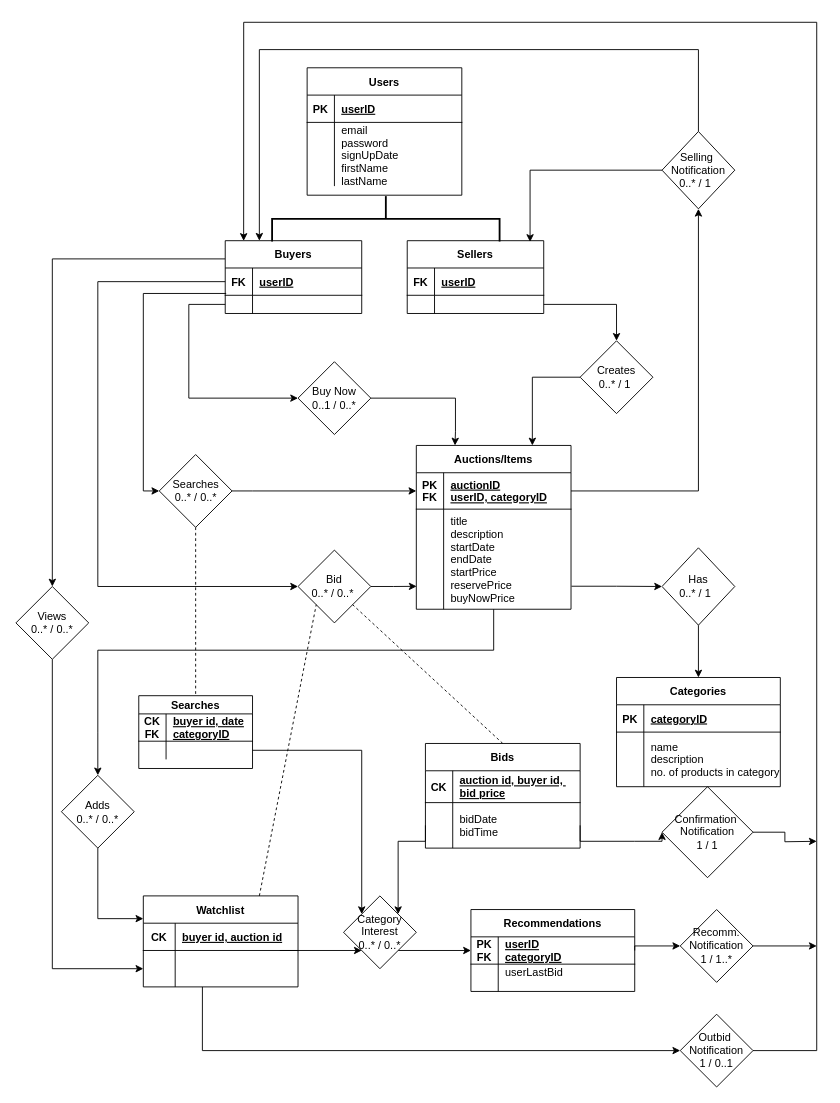
The draw.io diagram ER_diagram.drawio in shaundbs/databases-coursework, before the edit. Source tidied: cells renumbered, new cells numbered last; positions are measured from the earlier drawing's top-left corner, leaving out a move shared by most shapes. Both pictures are drawn from the tidied source at 91%, with x=0, y=0 at pixel (15, 22).
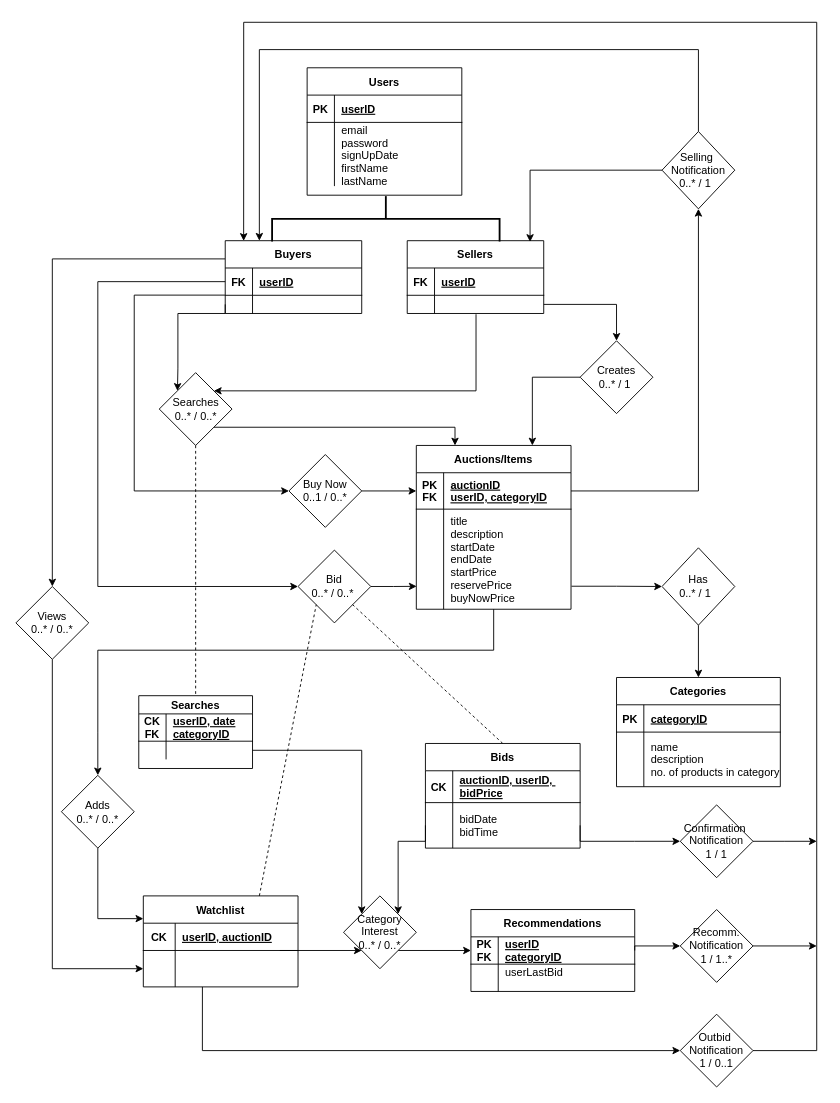
The same page after the edit.

Unchanged cells that the change refers to:
```xml
<mxCell id="4" style="shape=partialRectangle;fillColor=none;points=[[0,0.5],[1,0.5]];portConstraint=eastwest;top=0;left=0;right=0;bottom=1;" parent="3" vertex="1">
  <mxGeometry y="30" width="150" height="30" as="geometry" />
</mxCell>
<mxCell id="7" style="shape=partialRectangle;fillColor=none;points=[[0,0.5],[1,0.5]];portConstraint=eastwest;top=0;left=0;right=0;bottom=0;" parent="3" vertex="1">
  <mxGeometry y="60" width="150" height="20" as="geometry" />
</mxCell>
<mxCell id="14" style="shape=partialRectangle;fillColor=none;points=[[0,0.5],[1,0.5]];portConstraint=eastwest;top=0;left=0;right=0;bottom=0;" parent="10" vertex="1">
  <mxGeometry y="60" width="150" height="20" as="geometry" />
</mxCell>
<mxCell id="41" value="Auctions/Items" style="shape=table;startSize=30;childLayout=tableLayout;rowLines=0;fontStyle=1;align=center;" parent="1" vertex="1">
  <mxGeometry x="440" y="465" width="170" height="180" as="geometry" />
</mxCell>
<mxCell id="42" style="shape=partialRectangle;fillColor=none;points=[[0,0.5],[1,0.5]];portConstraint=eastwest;top=0;left=0;right=0;bottom=1;" parent="41" vertex="1">
  <mxGeometry y="30" width="170" height="40" as="geometry" />
</mxCell>
<mxCell id="70" style="shape=partialRectangle;fillColor=none;top=0;left=0;right=0;bottom=1;" parent="69" vertex="1">
  <mxGeometry y="20" width="125" height="30" as="geometry" />
</mxCell>
<mxCell id="77" style="shape=partialRectangle;fillColor=none;top=0;left=0;right=0;bottom=1;" parent="76" vertex="1">
  <mxGeometry y="30" width="170" height="30" as="geometry" />
</mxCell>
<mxCell id="91" style="shape=partialRectangle;fillColor=none;top=0;left=0;right=0;bottom=1;" parent="90" vertex="1">
  <mxGeometry y="30" width="170" height="35" as="geometry" />
</mxCell>
```

The edit, as a diff of the source:
```diff
@@
-    <mxCell id="28" style="edgeStyle=orthogonalEdgeStyle;rounded=0;jettySize=auto;html=1;exitX=1;exitY=0.5;exitDx=0;exitDy=0;entryX=0;entryY=0.5;entryDx=0;entryDy=0;" parent="1" edge="1" source="29" target="42">
+    <mxCell id="28" style="edgeStyle=orthogonalEdgeStyle;rounded=0;jettySize=auto;html=1;exitX=1;exitY=1;exitDx=0;exitDy=0;entryX=0.25;entryY=0;entryDx=0;entryDy=0;" parent="1" edge="1" source="29" target="41">
       <mxGeometry relative="1" as="geometry">
         <Array as="points">
-          <mxPoint x="260" y="515" />
+          <mxPoint x="483" y="445" />
         </Array>
       </mxGeometry>
     </mxCell>
     <mxCell id="29" value="Searches&lt;br&gt;0..* / 0..*" style="rhombus;whiteSpace=wrap;html=1;" parent="1" vertex="1">
-      <mxGeometry x="157.5" y="475" width="80" height="80" as="geometry" />
+      <mxGeometry x="157.5" y="385" width="80" height="80" as="geometry" />
     </mxCell>
-    <mxCell id="30" style="edgeStyle=orthogonalEdgeStyle;rounded=0;jettySize=auto;html=1;entryX=0;entryY=0.5;entryDx=0;entryDy=0;exitX=0.007;exitY=0.933;exitDx=0;exitDy=0;exitPerimeter=0;" parent="1" edge="1" source="4" target="29">
+    <mxCell id="30" style="edgeStyle=orthogonalEdgeStyle;rounded=0;jettySize=auto;html=1;entryX=0;entryY=0;entryDx=0;entryDy=0;" parent="1" edge="1" target="29">
       <mxGeometry relative="1" as="geometry">
+        <mxPoint x="230" y="310" as="sourcePoint" />
         <Array as="points">
-          <mxPoint x="140" y="298" />
-          <mxPoint x="140" y="515" />
+          <mxPoint x="230" y="320" />
+          <mxPoint x="178" y="320" />
+          <mxPoint x="178" y="380" />
         </Array>
       </mxGeometry>
     </mxCell>
@@
     <mxCell id="63" value="Confirmation&amp;nbsp;&lt;br&gt;Notification&lt;br&gt;1 / 1" style="rhombus;whiteSpace=wrap;html=1;" parent="1" vertex="1">
-      <mxGeometry x="710" y="840" width="100" height="100" as="geometry" />
+      <mxGeometry x="730" y="860" width="80" height="80" as="geometry" />
     </mxCell>
-    <mxCell id="64" style="edgeStyle=orthogonalEdgeStyle;rounded=0;jettySize=auto;html=1;exitX=1;exitY=0.5;exitDx=0;exitDy=0;entryX=0.25;entryY=0;entryDx=0;entryDy=0;" parent="1" edge="1" source="65" target="41">
+    <mxCell id="64" style="edgeStyle=orthogonalEdgeStyle;rounded=0;jettySize=auto;html=1;exitX=1;exitY=0.5;exitDx=0;exitDy=0;entryX=0;entryY=0.5;entryDx=0;entryDy=0;" parent="1" edge="1" source="65" target="42">
       <mxGeometry relative="1" as="geometry">
         <Array as="points">
-          <mxPoint x="483" y="413" />
-          <mxPoint x="483" y="450" />
-          <mxPoint x="483" y="450" />
+          <mxPoint x="380" y="515" />
         </Array>
       </mxGeometry>
     </mxCell>
     <mxCell id="65" value="Buy Now&lt;br&gt;0..1 / 0..*" style="rhombus;whiteSpace=wrap;html=1;" parent="1" vertex="1">
-      <mxGeometry x="310" y="373" width="80" height="80" as="geometry" />
+      <mxGeometry x="300" y="475" width="80" height="80" as="geometry" />
     </mxCell>
-    <mxCell id="66" style="edgeStyle=orthogonalEdgeStyle;rounded=0;jettySize=auto;html=1;exitX=0;exitY=0.5;exitDx=0;exitDy=0;entryX=0;entryY=0.5;entryDx=0;entryDy=0;" parent="1" edge="1" source="7" target="65">
+    <mxCell id="66" style="edgeStyle=orthogonalEdgeStyle;rounded=0;jettySize=auto;html=1;exitX=-0.003;exitY=-0.01;exitDx=0;exitDy=0;entryX=0;entryY=0.5;entryDx=0;entryDy=0;exitPerimeter=0;" parent="1" edge="1" source="7" target="65">
       <mxGeometry relative="1" as="geometry">
         <Array as="points">
-          <mxPoint x="190" y="310" />
-          <mxPoint x="190" y="413" />
+          <mxPoint x="130" y="300" />
+          <mxPoint x="130" y="515" />
         </Array>
       </mxGeometry>
     </mxCell>
@@
-    <mxCell id="72" value="buyer id, date&#10;categoryID" style="shape=partialRectangle;overflow=hidden;fillColor=none;top=0;left=0;bottom=0;right=0;align=left;spacingLeft=6;fontStyle=5;" parent="70" vertex="1">
+    <mxCell id="72" value="userID, date&#10;categoryID" style="shape=partialRectangle;overflow=hidden;fillColor=none;top=0;left=0;bottom=0;right=0;align=left;spacingLeft=6;fontStyle=5;" parent="70" vertex="1">
       <mxGeometry x="30" width="95" height="30" as="geometry" />
     </mxCell>
@@
-    <mxCell id="79" value="buyer id, auction id" style="shape=partialRectangle;overflow=hidden;fillColor=none;top=0;left=0;bottom=0;right=0;align=left;spacingLeft=6;fontStyle=5;" parent="77" vertex="1">
+    <mxCell id="79" value="userID, auctionID" style="shape=partialRectangle;overflow=hidden;fillColor=none;top=0;left=0;bottom=0;right=0;align=left;spacingLeft=6;fontStyle=5;" parent="77" vertex="1">
       <mxGeometry x="35" width="135" height="30" as="geometry" />
     </mxCell>
@@
-    <mxCell id="93" value="auction id, buyer id, &#10;bid price" style="shape=partialRectangle;overflow=hidden;fillColor=none;top=0;left=0;bottom=0;right=0;align=left;spacingLeft=6;fontStyle=5;" parent="91" vertex="1">
+    <mxCell id="93" value="auctionID, userID, &#10;bidPrice" style="shape=partialRectangle;overflow=hidden;fillColor=none;top=0;left=0;bottom=0;right=0;align=left;spacingLeft=6;fontStyle=5;" parent="91" vertex="1">
       <mxGeometry x="30" width="140" height="35" as="geometry" />
     </mxCell>
@@
+    <mxCell id="108" style="edgeStyle=orthogonalEdgeStyle;rounded=0;jettySize=auto;html=1;entryX=1;entryY=0;entryDx=0;entryDy=0;exitX=0.504;exitY=1.041;exitDx=0;exitDy=0;exitPerimeter=0;" parent="1" edge="1" source="14" target="29">
+      <mxGeometry relative="1" as="geometry">
+        <Array as="points">
+          <mxPoint x="506" y="405" />
+        </Array>
+      </mxGeometry>
+    </mxCell>
```
